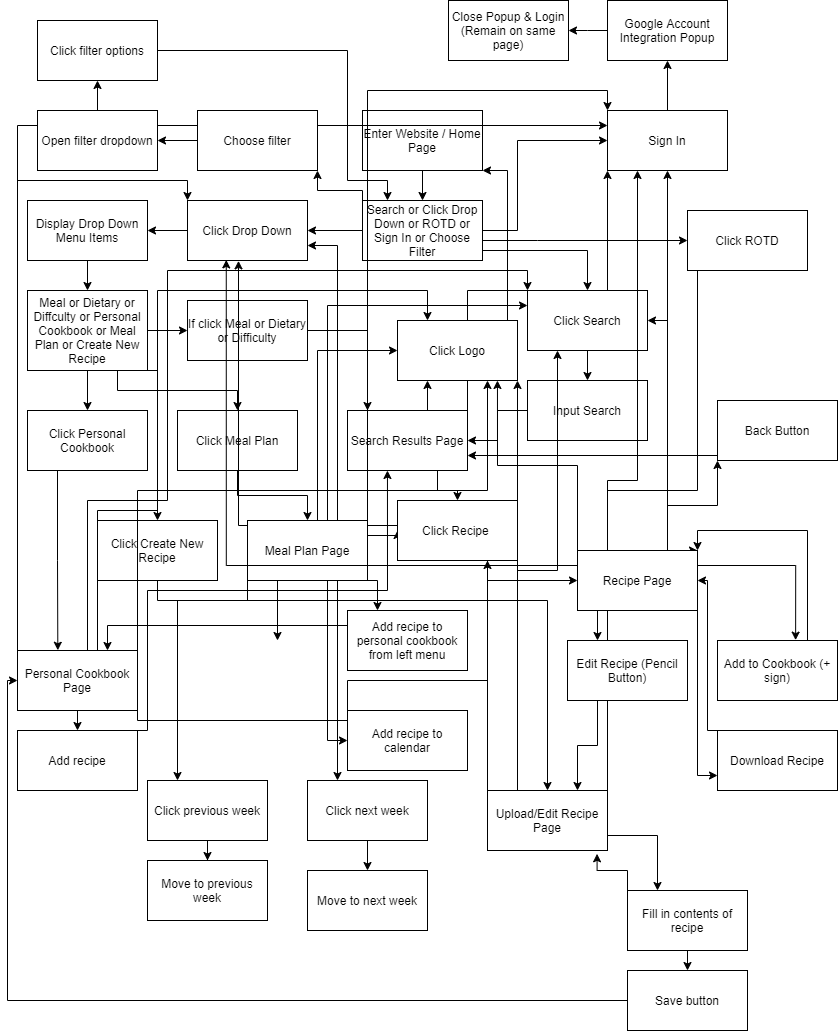
cse110-fa21-group15/cse110-fa21-group15 keeps this draw.io diagram as specs/interface/umldiagram.drawio.png. Above is the earlier version. Source tidied: cells renumbered, new cells last; positions are measured from the earlier drawing's top-left corner, leaving out a move shared by most shapes.
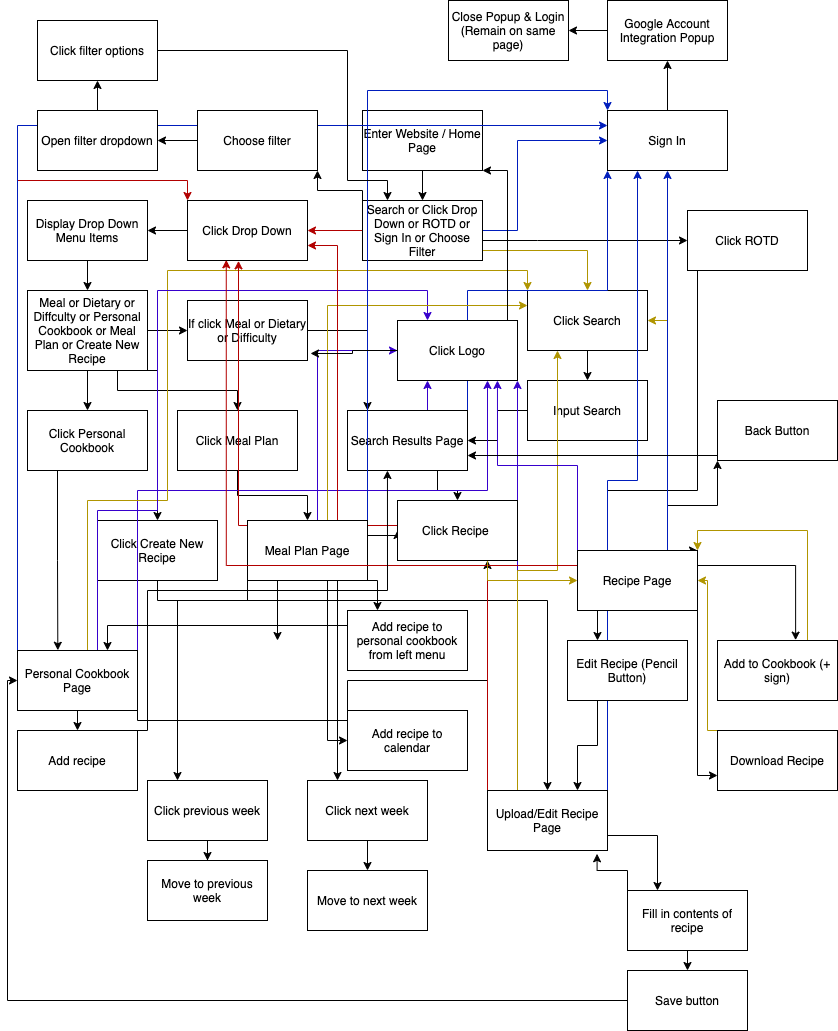
After the commit.

Commit message:
color coded

The edit, as a diff of the source:
```diff
@@ -8,17 +8,17 @@
     <mxCell id="3" value="Enter Website / Home Page" style="whiteSpace=wrap;html=1;" parent="1" vertex="1">
       <mxGeometry x="355" y="110" width="120" height="60" as="geometry" />
     </mxCell>
-    <mxCell id="4" style="edgeStyle=orthogonalEdgeStyle;rounded=0;jettySize=auto;html=1;entryX=0.5;entryY=0;entryDx=0;entryDy=0;" parent="1" edge="1" source="9" target="11">
+    <mxCell id="4" style="edgeStyle=orthogonalEdgeStyle;rounded=0;jettySize=auto;html=1;entryX=0.5;entryY=0;entryDx=0;entryDy=0;fillColor=#e3c800;strokeColor=#B09500;" parent="1" edge="1" source="9" target="11">
       <mxGeometry relative="1" as="geometry">
         <Array as="points">
           <mxPoint x="580" y="250" />
         </Array>
       </mxGeometry>
     </mxCell>
-    <mxCell id="5" style="edgeStyle=orthogonalEdgeStyle;rounded=0;jettySize=auto;html=1;" parent="1" edge="1" source="9" target="13">
+    <mxCell id="5" style="edgeStyle=orthogonalEdgeStyle;rounded=0;jettySize=auto;html=1;fillColor=#e51400;strokeColor=#B20000;" parent="1" edge="1" source="9" target="13">
       <mxGeometry relative="1" as="geometry" />
     </mxCell>
-    <mxCell id="6" style="edgeStyle=orthogonalEdgeStyle;rounded=0;jettySize=auto;html=1;" parent="1" edge="1" source="9" target="15">
+    <mxCell id="6" style="edgeStyle=orthogonalEdgeStyle;rounded=0;jettySize=auto;html=1;fillColor=#0050ef;strokeColor=#001DBC;" parent="1" edge="1" source="9" target="15">
       <mxGeometry relative="1" as="geometry">
         <Array as="points">
           <mxPoint x="510" y="230" />
@@ -105,10 +105,10 @@
     <mxCell id="25" style="edgeStyle=orthogonalEdgeStyle;rounded=0;jettySize=auto;html=1;exitX=0.75;exitY=1;exitDx=0;exitDy=0;" parent="1" edge="1" source="28" target="75">
       <mxGeometry relative="1" as="geometry" />
     </mxCell>
-    <mxCell id="26" style="edgeStyle=orthogonalEdgeStyle;rounded=0;jettySize=auto;html=1;exitX=0.75;exitY=0;exitDx=0;exitDy=0;entryX=0.25;entryY=1;entryDx=0;entryDy=0;" parent="1" edge="1" source="28" target="83">
+    <mxCell id="26" style="edgeStyle=orthogonalEdgeStyle;rounded=0;jettySize=auto;html=1;exitX=0.75;exitY=0;exitDx=0;exitDy=0;entryX=0.25;entryY=1;entryDx=0;entryDy=0;fillColor=#6a00ff;strokeColor=#3700CC;" parent="1" edge="1" source="28" target="83">
       <mxGeometry relative="1" as="geometry" />
     </mxCell>
-    <mxCell id="27" style="edgeStyle=orthogonalEdgeStyle;rounded=0;jettySize=auto;html=1;exitX=1;exitY=0;exitDx=0;exitDy=0;entryX=0;entryY=1;entryDx=0;entryDy=0;" parent="1" edge="1" source="28" target="15">
+    <mxCell id="27" style="edgeStyle=orthogonalEdgeStyle;rounded=0;jettySize=auto;html=1;exitX=1;exitY=0;exitDx=0;exitDy=0;entryX=0;entryY=1;entryDx=0;entryDy=0;fillColor=#0050ef;strokeColor=#001DBC;" parent="1" edge="1" source="28" target="15">
       <mxGeometry relative="1" as="geometry" />
     </mxCell>
     <mxCell id="28" value="Search Results Page" style="whiteSpace=wrap;html=1;" parent="1" vertex="1">
@@ -155,10 +155,10 @@
     <mxCell id="38" value="Click Create New Recipe" style="whiteSpace=wrap;html=1;" parent="1" vertex="1">
       <mxGeometry x="90" y="520" width="120" height="60" as="geometry" />
     </mxCell>
-    <mxCell id="39" style="edgeStyle=orthogonalEdgeStyle;rounded=0;jettySize=auto;html=1;exitX=0;exitY=0;exitDx=0;exitDy=0;entryX=0;entryY=0;entryDx=0;entryDy=0;" parent="1" edge="1" source="47" target="13">
+    <mxCell id="39" style="edgeStyle=orthogonalEdgeStyle;rounded=0;jettySize=auto;html=1;exitX=0;exitY=0;exitDx=0;exitDy=0;entryX=0;entryY=0;entryDx=0;entryDy=0;fillColor=#e51400;strokeColor=#B20000;" parent="1" edge="1" source="47" target="13">
       <mxGeometry relative="1" as="geometry" />
     </mxCell>
-    <mxCell id="40" style="edgeStyle=orthogonalEdgeStyle;rounded=0;jettySize=auto;html=1;exitX=1;exitY=0;exitDx=0;exitDy=0;entryX=0.75;entryY=1;entryDx=0;entryDy=0;" parent="1" edge="1" source="47" target="83">
+    <mxCell id="40" style="edgeStyle=orthogonalEdgeStyle;rounded=0;jettySize=auto;html=1;exitX=1;exitY=0;exitDx=0;exitDy=0;entryX=0.75;entryY=1;entryDx=0;entryDy=0;fillColor=#6a00ff;strokeColor=#3700CC;" parent="1" edge="1" source="47" target="83">
       <mxGeometry relative="1" as="geometry">
         <Array as="points">
           <mxPoint x="130" y="490" />
@@ -166,7 +166,7 @@
         </Array>
       </mxGeometry>
     </mxCell>
-    <mxCell id="41" style="edgeStyle=orthogonalEdgeStyle;rounded=0;jettySize=auto;html=1;exitX=1;exitY=0;exitDx=0;exitDy=0;entryX=0;entryY=0;entryDx=0;entryDy=0;" parent="1" edge="1" source="47" target="11">
+    <mxCell id="41" style="edgeStyle=orthogonalEdgeStyle;rounded=0;jettySize=auto;html=1;exitX=1;exitY=0;exitDx=0;exitDy=0;entryX=0;entryY=0;entryDx=0;entryDy=0;fillColor=#e3c800;strokeColor=#B09500;" parent="1" edge="1" source="47" target="11">
       <mxGeometry relative="1" as="geometry">
         <Array as="points">
           <mxPoint x="80" y="650" />
@@ -177,7 +177,7 @@
         </Array>
       </mxGeometry>
     </mxCell>
-    <mxCell id="42" style="edgeStyle=orthogonalEdgeStyle;rounded=0;jettySize=auto;html=1;exitX=1;exitY=0;exitDx=0;exitDy=0;entryX=0.25;entryY=0;entryDx=0;entryDy=0;" parent="1" edge="1" source="47" target="83">
+    <mxCell id="42" style="edgeStyle=orthogonalEdgeStyle;rounded=0;jettySize=auto;html=1;exitX=1;exitY=0;exitDx=0;exitDy=0;entryX=0.25;entryY=0;entryDx=0;entryDy=0;fillColor=#6a00ff;strokeColor=#3700CC;" parent="1" edge="1" source="47" target="83">
       <mxGeometry relative="1" as="geometry">
         <Array as="points">
           <mxPoint x="90" y="650" />
@@ -206,7 +206,7 @@
     <mxCell id="45" style="edgeStyle=orthogonalEdgeStyle;rounded=0;jettySize=auto;html=1;exitX=0.5;exitY=1;exitDx=0;exitDy=0;entryX=0.5;entryY=0;entryDx=0;entryDy=0;" parent="1" edge="1" source="47" target="94">
       <mxGeometry relative="1" as="geometry" />
     </mxCell>
-    <mxCell id="46" style="edgeStyle=orthogonalEdgeStyle;rounded=0;jettySize=auto;html=1;exitX=0;exitY=0;exitDx=0;exitDy=0;entryX=0;entryY=0.25;entryDx=0;entryDy=0;" parent="1" edge="1" source="47" target="15">
+    <mxCell id="46" style="edgeStyle=orthogonalEdgeStyle;rounded=0;jettySize=auto;html=1;exitX=0;exitY=0;exitDx=0;exitDy=0;entryX=0;entryY=0.25;entryDx=0;entryDy=0;fillColor=#0050ef;strokeColor=#001DBC;" parent="1" edge="1" source="47" target="15">
       <mxGeometry relative="1" as="geometry" />
     </mxCell>
     <mxCell id="47" value="Personal Cookbook Page" style="whiteSpace=wrap;html=1;" parent="1" vertex="1">
@@ -215,16 +215,16 @@
     <mxCell id="48" style="edgeStyle=orthogonalEdgeStyle;rounded=0;jettySize=auto;html=1;exitX=1;exitY=0.75;exitDx=0;exitDy=0;entryX=0.25;entryY=0;entryDx=0;entryDy=0;" parent="1" edge="1" source="53" target="103">
       <mxGeometry relative="1" as="geometry" />
     </mxCell>
-    <mxCell id="49" style="edgeStyle=orthogonalEdgeStyle;rounded=0;jettySize=auto;html=1;exitX=0.25;exitY=0;exitDx=0;exitDy=0;entryX=1;entryY=1;entryDx=0;entryDy=0;" parent="1" edge="1" source="53" target="83">
+    <mxCell id="49" style="edgeStyle=orthogonalEdgeStyle;rounded=0;jettySize=auto;html=1;exitX=0.25;exitY=0;exitDx=0;exitDy=0;entryX=1;entryY=1;entryDx=0;entryDy=0;fillColor=#6a00ff;strokeColor=#3700CC;" parent="1" edge="1" source="53" target="83">
       <mxGeometry relative="1" as="geometry" />
     </mxCell>
-    <mxCell id="50" style="edgeStyle=orthogonalEdgeStyle;rounded=0;jettySize=auto;html=1;exitX=0.25;exitY=0;exitDx=0;exitDy=0;entryX=0.25;entryY=1;entryDx=0;entryDy=0;" parent="1" edge="1" source="53" target="11">
+    <mxCell id="50" style="edgeStyle=orthogonalEdgeStyle;rounded=0;jettySize=auto;html=1;exitX=0.25;exitY=0;exitDx=0;exitDy=0;entryX=0.25;entryY=1;entryDx=0;entryDy=0;fillColor=#e3c800;strokeColor=#B09500;" parent="1" edge="1" source="53" target="11">
       <mxGeometry relative="1" as="geometry" />
     </mxCell>
-    <mxCell id="51" style="edgeStyle=orthogonalEdgeStyle;rounded=0;jettySize=auto;html=1;exitX=0;exitY=0;exitDx=0;exitDy=0;entryX=0.425;entryY=1.006;entryDx=0;entryDy=0;entryPerimeter=0;" parent="1" edge="1" source="53" target="13">
+    <mxCell id="51" style="edgeStyle=orthogonalEdgeStyle;rounded=0;jettySize=auto;html=1;exitX=0;exitY=0;exitDx=0;exitDy=0;entryX=0.425;entryY=1.006;entryDx=0;entryDy=0;entryPerimeter=0;fillColor=#e51400;strokeColor=#B20000;" parent="1" edge="1" source="53" target="13">
       <mxGeometry relative="1" as="geometry" />
     </mxCell>
-    <mxCell id="52" style="edgeStyle=orthogonalEdgeStyle;rounded=0;jettySize=auto;html=1;exitX=1;exitY=0;exitDx=0;exitDy=0;entryX=0.25;entryY=1;entryDx=0;entryDy=0;" parent="1" edge="1" source="53" target="15">
+    <mxCell id="52" style="edgeStyle=orthogonalEdgeStyle;rounded=0;jettySize=auto;html=1;exitX=1;exitY=0;exitDx=0;exitDy=0;entryX=0.25;entryY=1;entryDx=0;entryDy=0;fillColor=#0050ef;strokeColor=#001DBC;" parent="1" edge="1" source="53" target="15">
       <mxGeometry relative="1" as="geometry" />
     </mxCell>
     <mxCell id="53" value="Upload/Edit Recipe Page" style="whiteSpace=wrap;html=1;" parent="1" vertex="1">
@@ -233,7 +233,7 @@
     <mxCell id="54" style="edgeStyle=orthogonalEdgeStyle;rounded=0;jettySize=auto;html=1;exitX=1;exitY=1;exitDx=0;exitDy=0;entryX=0.25;entryY=0;entryDx=0;entryDy=0;" parent="1" edge="1" source="64" target="85">
       <mxGeometry relative="1" as="geometry" />
     </mxCell>
-    <mxCell id="55" style="edgeStyle=orthogonalEdgeStyle;rounded=0;jettySize=auto;html=1;exitX=0.75;exitY=0;exitDx=0;exitDy=0;entryX=0;entryY=0.5;entryDx=0;entryDy=0;" parent="1" edge="1" source="64" target="83">
+    <mxCell id="55" style="edgeStyle=orthogonalEdgeStyle;rounded=0;jettySize=auto;html=1;exitX=0.75;exitY=0;exitDx=0;exitDy=0;entryX=0;entryY=0.5;entryDx=0;entryDy=0;fillColor=#6a00ff;strokeColor=#3700CC;" parent="1" edge="1" source="64" target="83">
       <mxGeometry relative="1" as="geometry">
         <Array as="points">
           <mxPoint x="310" y="520" />
@@ -241,7 +241,7 @@
         </Array>
       </mxGeometry>
     </mxCell>
-    <mxCell id="56" style="edgeStyle=orthogonalEdgeStyle;rounded=0;jettySize=auto;html=1;exitX=1;exitY=0;exitDx=0;exitDy=0;entryX=0;entryY=0.25;entryDx=0;entryDy=0;" parent="1" edge="1" source="64" target="11">
+    <mxCell id="56" style="edgeStyle=orthogonalEdgeStyle;rounded=0;jettySize=auto;html=1;exitX=1;exitY=0;exitDx=0;exitDy=0;entryX=0;entryY=0.25;entryDx=0;entryDy=0;fillColor=#e3c800;strokeColor=#B09500;" parent="1" edge="1" source="64" target="11">
       <mxGeometry relative="1" as="geometry">
         <Array as="points">
           <mxPoint x="320" y="520" />
@@ -267,7 +267,7 @@
         </Array>
       </mxGeometry>
     </mxCell>
-    <mxCell id="60" style="edgeStyle=orthogonalEdgeStyle;rounded=0;jettySize=auto;html=1;exitX=0.75;exitY=0;exitDx=0;exitDy=0;entryX=1;entryY=0.75;entryDx=0;entryDy=0;" parent="1" edge="1" source="64" target="13">
+    <mxCell id="60" style="edgeStyle=orthogonalEdgeStyle;rounded=0;jettySize=auto;html=1;exitX=0.75;exitY=0;exitDx=0;exitDy=0;entryX=1;entryY=0.75;entryDx=0;entryDy=0;fillColor=#e51400;strokeColor=#B20000;" parent="1" edge="1" source="64" target="13">
       <mxGeometry relative="1" as="geometry" />
     </mxCell>
     <mxCell id="61" style="edgeStyle=orthogonalEdgeStyle;rounded=0;jettySize=auto;html=1;exitX=0.25;exitY=1;exitDx=0;exitDy=0;entryX=0.75;entryY=0;entryDx=0;entryDy=0;" parent="1" edge="1" source="64">
@@ -278,19 +278,19 @@
     <mxCell id="62" style="edgeStyle=orthogonalEdgeStyle;rounded=0;jettySize=auto;html=1;exitX=1;exitY=0.25;exitDx=0;exitDy=0;entryX=0;entryY=0.5;entryDx=0;entryDy=0;" parent="1" edge="1" source="64" target="75">
       <mxGeometry relative="1" as="geometry" />
     </mxCell>
-    <mxCell id="63" style="edgeStyle=orthogonalEdgeStyle;rounded=0;jettySize=auto;html=1;exitX=1;exitY=0;exitDx=0;exitDy=0;entryX=0;entryY=0;entryDx=0;entryDy=0;" parent="1" edge="1" source="64" target="15">
+    <mxCell id="63" style="edgeStyle=orthogonalEdgeStyle;rounded=0;jettySize=auto;html=1;exitX=1;exitY=0;exitDx=0;exitDy=0;entryX=0;entryY=0;entryDx=0;entryDy=0;fillColor=#0050ef;strokeColor=#001DBC;" parent="1" edge="1" source="64" target="15">
       <mxGeometry relative="1" as="geometry" />
     </mxCell>
     <mxCell id="64" value="Meal Plan Page" style="whiteSpace=wrap;html=1;" parent="1" vertex="1">
       <mxGeometry x="240" y="520" width="120" height="60" as="geometry" />
     </mxCell>
-    <mxCell id="65" style="edgeStyle=orthogonalEdgeStyle;rounded=0;jettySize=auto;html=1;exitX=0.75;exitY=0;exitDx=0;exitDy=0;entryX=1;entryY=0.5;entryDx=0;entryDy=0;" parent="1" edge="1" source="73" target="11">
+    <mxCell id="65" style="edgeStyle=orthogonalEdgeStyle;rounded=0;jettySize=auto;html=1;exitX=0.75;exitY=0;exitDx=0;exitDy=0;entryX=1;entryY=0.5;entryDx=0;entryDy=0;fillColor=#e3c800;strokeColor=#B09500;" parent="1" edge="1" source="73" target="11">
       <mxGeometry relative="1" as="geometry" />
     </mxCell>
-    <mxCell id="66" style="edgeStyle=orthogonalEdgeStyle;rounded=0;jettySize=auto;html=1;exitX=0;exitY=0;exitDx=0;exitDy=0;entryX=0.833;entryY=1;entryDx=0;entryDy=0;entryPerimeter=0;" parent="1" edge="1" source="73" target="83">
+    <mxCell id="66" style="edgeStyle=orthogonalEdgeStyle;rounded=0;jettySize=auto;html=1;exitX=0;exitY=0;exitDx=0;exitDy=0;entryX=0.833;entryY=1;entryDx=0;entryDy=0;entryPerimeter=0;fillColor=#6a00ff;strokeColor=#3700CC;" parent="1" edge="1" source="73" target="83">
       <mxGeometry relative="1" as="geometry" />
     </mxCell>
-    <mxCell id="67" style="edgeStyle=orthogonalEdgeStyle;rounded=0;jettySize=auto;html=1;exitX=0;exitY=0.25;exitDx=0;exitDy=0;entryX=0.323;entryY=0.99;entryDx=0;entryDy=0;entryPerimeter=0;" parent="1" edge="1" source="73" target="13">
+    <mxCell id="67" style="edgeStyle=orthogonalEdgeStyle;rounded=0;jettySize=auto;html=1;exitX=0;exitY=0.25;exitDx=0;exitDy=0;entryX=0.323;entryY=0.99;entryDx=0;entryDy=0;entryPerimeter=0;fillColor=#e51400;strokeColor=#B20000;" parent="1" edge="1" source="73" target="13">
       <mxGeometry relative="1" as="geometry" />
     </mxCell>
     <mxCell id="68" style="edgeStyle=orthogonalEdgeStyle;rounded=0;jettySize=auto;html=1;exitX=0.25;exitY=1;exitDx=0;exitDy=0;entryX=0.25;entryY=0;entryDx=0;entryDy=0;" parent="1" edge="1" source="73" target="96">
@@ -305,13 +305,13 @@
     <mxCell id="71" style="edgeStyle=orthogonalEdgeStyle;rounded=0;jettySize=auto;html=1;exitX=0.75;exitY=0;exitDx=0;exitDy=0;entryX=0;entryY=1;entryDx=0;entryDy=0;" parent="1" edge="1" source="73" target="107">
       <mxGeometry relative="1" as="geometry" />
     </mxCell>
-    <mxCell id="72" style="edgeStyle=orthogonalEdgeStyle;rounded=0;jettySize=auto;html=1;exitX=0.75;exitY=0;exitDx=0;exitDy=0;entryX=0.5;entryY=1;entryDx=0;entryDy=0;" parent="1" edge="1" source="73" target="15">
+    <mxCell id="72" style="edgeStyle=orthogonalEdgeStyle;rounded=0;jettySize=auto;html=1;exitX=0.75;exitY=0;exitDx=0;exitDy=0;entryX=0.5;entryY=1;entryDx=0;entryDy=0;fillColor=#0050ef;strokeColor=#001DBC;" parent="1" edge="1" source="73" target="15">
       <mxGeometry relative="1" as="geometry" />
     </mxCell>
     <mxCell id="73" value="Recipe Page" style="whiteSpace=wrap;html=1;" parent="1" vertex="1">
       <mxGeometry x="570" y="550" width="120" height="60" as="geometry" />
     </mxCell>
-    <mxCell id="74" style="edgeStyle=orthogonalEdgeStyle;rounded=0;jettySize=auto;html=1;exitX=0.75;exitY=1;exitDx=0;exitDy=0;entryX=0;entryY=0.5;entryDx=0;entryDy=0;" parent="1" edge="1" source="75" target="73">
+    <mxCell id="74" style="edgeStyle=orthogonalEdgeStyle;rounded=0;jettySize=auto;html=1;exitX=0.75;exitY=1;exitDx=0;exitDy=0;entryX=0;entryY=0.5;entryDx=0;entryDy=0;fillColor=#e3c800;strokeColor=#B09500;" parent="1" edge="1" source="75" target="73">
       <mxGeometry relative="1" as="geometry" />
     </mxCell>
     <mxCell id="75" value="Click Recipe&amp;nbsp;" style="whiteSpace=wrap;html=1;" parent="1" vertex="1">
@@ -350,6 +350,14 @@
         </Array>
       </mxGeometry>
     </mxCell>
+    <mxCell id="111" style="edgeStyle=orthogonalEdgeStyle;rounded=0;jettySize=auto;html=1;entryX=1.025;entryY=0.883;entryDx=0;entryDy=0;entryPerimeter=0;" parent="1" edge="1" source="83" target="30">
+      <mxGeometry relative="1" as="geometry">
+        <Array as="points">
+          <mxPoint x="345" y="350" />
+          <mxPoint x="345" y="353" />
+        </Array>
+      </mxGeometry>
+    </mxCell>
     <mxCell id="83" value="Click Logo" style="whiteSpace=wrap;html=1;" parent="1" vertex="1">
       <mxGeometry x="390" y="320" width="120" height="60" as="geometry" />
     </mxCell>
@@ -402,13 +410,13 @@
     <mxCell id="96" value="Edit Recipe (Pencil Button)" style="whiteSpace=wrap;html=1;" parent="1" vertex="1">
       <mxGeometry x="560" y="640" width="120" height="60" as="geometry" />
     </mxCell>
-    <mxCell id="97" style="edgeStyle=orthogonalEdgeStyle;rounded=0;jettySize=auto;html=1;exitX=0.75;exitY=0;exitDx=0;exitDy=0;entryX=1;entryY=0;entryDx=0;entryDy=0;" parent="1" edge="1" source="98" target="73">
+    <mxCell id="97" style="edgeStyle=orthogonalEdgeStyle;rounded=0;jettySize=auto;html=1;exitX=0.75;exitY=0;exitDx=0;exitDy=0;entryX=1;entryY=0;entryDx=0;entryDy=0;fillColor=#e3c800;strokeColor=#B09500;" parent="1" edge="1" source="98" target="73">
       <mxGeometry relative="1" as="geometry" />
     </mxCell>
     <mxCell id="98" value="Add to Cookbook (+ sign)" style="whiteSpace=wrap;html=1;" parent="1" vertex="1">
       <mxGeometry x="710" y="640" width="120" height="60" as="geometry" />
     </mxCell>
-    <mxCell id="99" style="edgeStyle=orthogonalEdgeStyle;rounded=0;jettySize=auto;html=1;exitX=0;exitY=0;exitDx=0;exitDy=0;entryX=1;entryY=0.5;entryDx=0;entryDy=0;" parent="1" edge="1" source="100" target="73">
+    <mxCell id="99" style="edgeStyle=orthogonalEdgeStyle;rounded=0;jettySize=auto;html=1;exitX=0;exitY=0;exitDx=0;exitDy=0;entryX=1;entryY=0.5;entryDx=0;entryDy=0;fillColor=#e3c800;strokeColor=#B09500;" parent="1" edge="1" source="100" target="73">
       <mxGeometry relative="1" as="geometry">
         <Array as="points">
           <mxPoint x="700" y="730" />
```
